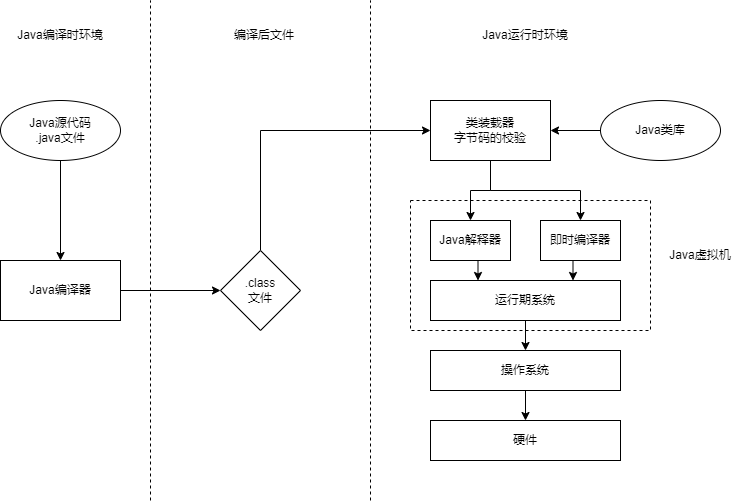
Earlier version of the draw.io export JVM概述.png (codefeeling/ImagesForBlog). Source tidied: cells renumbered, new cells last; positions are measured from the earlier drawing's top-left corner, leaving out a move shared by most shapes. Source of this version:
```xml
<mxGraphModel>
  <root>
    <mxCell id="0" />
    <mxCell id="1" parent="0" />
    <mxCell id="2" style="edgeStyle=orthogonalEdgeStyle;rounded=0;jettySize=auto;html=1;" parent="1" edge="1" source="3" target="10">
      <mxGeometry relative="1" as="geometry" />
    </mxCell>
    <mxCell id="3" value="Java源代码&lt;br&gt;.java文件" style="ellipse;whiteSpace=wrap;html=1;" parent="1" vertex="1">
      <mxGeometry y="100" width="120" height="60" as="geometry" />
    </mxCell>
    <mxCell id="4" style="endArrow=none;dashed=1;html=1;rounded=0;" parent="1" edge="1">
      <mxGeometry relative="1" as="geometry">
        <mxPoint x="150" y="500" as="sourcePoint" />
        <mxPoint x="150" as="targetPoint" />
      </mxGeometry>
    </mxCell>
    <mxCell id="5" style="endArrow=none;dashed=1;html=1;rounded=0;" parent="1" edge="1">
      <mxGeometry relative="1" as="geometry">
        <mxPoint x="370" y="500" as="sourcePoint" />
        <mxPoint x="370" as="targetPoint" />
      </mxGeometry>
    </mxCell>
    <mxCell id="6" value="Java编译时环境" style="text;html=1;strokeColor=none;fillColor=none;align=center;verticalAlign=middle;whiteSpace=wrap;rounded=0;" parent="1" vertex="1">
      <mxGeometry x="10" y="20" width="100" height="30" as="geometry" />
    </mxCell>
    <mxCell id="7" value="编译后文件" style="text;html=1;strokeColor=none;fillColor=none;align=center;verticalAlign=middle;whiteSpace=wrap;rounded=0;" parent="1" vertex="1">
      <mxGeometry x="214" y="20" width="100" height="30" as="geometry" />
    </mxCell>
    <mxCell id="8" value="Java运行时环境" style="text;html=1;strokeColor=none;fillColor=none;align=center;verticalAlign=middle;whiteSpace=wrap;rounded=0;" parent="1" vertex="1">
      <mxGeometry x="475" y="20" width="100" height="30" as="geometry" />
    </mxCell>
    <mxCell id="9" style="edgeStyle=orthogonalEdgeStyle;rounded=0;jettySize=auto;html=1;" parent="1" edge="1" source="10" target="12">
      <mxGeometry relative="1" as="geometry" />
    </mxCell>
    <mxCell id="10" value="Java编译器" style="whiteSpace=wrap;html=1;" parent="1" vertex="1">
      <mxGeometry y="260" width="120" height="60" as="geometry" />
    </mxCell>
    <mxCell id="11" style="edgeStyle=orthogonalEdgeStyle;rounded=0;jettySize=auto;html=1;entryX=0;entryY=0.5;entryDx=0;entryDy=0;exitX=0.5;exitY=0;exitDx=0;exitDy=0;" parent="1" edge="1" source="12" target="15">
      <mxGeometry relative="1" as="geometry">
        <Array as="points">
          <mxPoint x="260" y="130" />
        </Array>
      </mxGeometry>
    </mxCell>
    <mxCell id="12" value=".class&lt;br&gt;文件" style="rhombus;whiteSpace=wrap;html=1;" parent="1" vertex="1">
      <mxGeometry x="220" y="250" width="80" height="80" as="geometry" />
    </mxCell>
    <mxCell id="13" style="edgeStyle=orthogonalEdgeStyle;rounded=0;jettySize=auto;html=1;exitX=0.5;exitY=1;exitDx=0;exitDy=0;entryX=0.5;entryY=0;entryDx=0;entryDy=0;" parent="1" edge="1" source="15" target="21">
      <mxGeometry relative="1" as="geometry" />
    </mxCell>
    <mxCell id="14" style="edgeStyle=orthogonalEdgeStyle;rounded=0;jettySize=auto;html=1;entryX=0.5;entryY=0;entryDx=0;entryDy=0;" parent="1" edge="1" source="15" target="23">
      <mxGeometry relative="1" as="geometry" />
    </mxCell>
    <mxCell id="15" value="类装载器&lt;br&gt;字节码的校验" style="whiteSpace=wrap;html=1;" parent="1" vertex="1">
      <mxGeometry x="430" y="100" width="120" height="60" as="geometry" />
    </mxCell>
    <mxCell id="16" style="edgeStyle=orthogonalEdgeStyle;rounded=0;jettySize=auto;html=1;entryX=1;entryY=0.5;entryDx=0;entryDy=0;" parent="1" edge="1" source="17" target="15">
      <mxGeometry relative="1" as="geometry" />
    </mxCell>
    <mxCell id="17" value="Java类库" style="ellipse;whiteSpace=wrap;html=1;" parent="1" vertex="1">
      <mxGeometry x="600" y="100" width="120" height="60" as="geometry" />
    </mxCell>
    <mxCell id="18" style="rounded=0;whiteSpace=wrap;html=1;fillColor=none;dashed=1;" parent="1" vertex="1">
      <mxGeometry x="410" y="200" width="240" height="130" as="geometry" />
    </mxCell>
    <mxCell id="19" value="Java虚拟机" style="text;html=1;strokeColor=none;fillColor=none;align=center;verticalAlign=middle;whiteSpace=wrap;rounded=0;" parent="1" vertex="1">
      <mxGeometry x="650" y="240" width="100" height="30" as="geometry" />
    </mxCell>
    <mxCell id="20" style="edgeStyle=orthogonalEdgeStyle;rounded=0;jettySize=auto;html=1;exitX=0.5;exitY=1;exitDx=0;exitDy=0;entryX=0.25;entryY=0;entryDx=0;entryDy=0;" parent="1" edge="1" source="21" target="25">
      <mxGeometry relative="1" as="geometry" />
    </mxCell>
    <mxCell id="21" value="Java解释器" style="rounded=0;whiteSpace=wrap;html=1;fillColor=none;" parent="1" vertex="1">
      <mxGeometry x="430" y="220" width="80" height="40" as="geometry" />
    </mxCell>
    <mxCell id="22" style="edgeStyle=orthogonalEdgeStyle;rounded=0;jettySize=auto;html=1;entryX=0.75;entryY=0;entryDx=0;entryDy=0;exitX=0.5;exitY=1;exitDx=0;exitDy=0;" parent="1" edge="1" source="23" target="25">
      <mxGeometry relative="1" as="geometry" />
    </mxCell>
    <mxCell id="23" value="即时编译器" style="rounded=0;whiteSpace=wrap;html=1;fillColor=none;" parent="1" vertex="1">
      <mxGeometry x="540" y="220" width="80" height="40" as="geometry" />
    </mxCell>
    <mxCell id="24" style="edgeStyle=orthogonalEdgeStyle;rounded=0;jettySize=auto;html=1;entryX=0.5;entryY=0;entryDx=0;entryDy=0;" parent="1" edge="1" source="25" target="27">
      <mxGeometry relative="1" as="geometry" />
    </mxCell>
    <mxCell id="25" value="运行期系统" style="rounded=0;whiteSpace=wrap;html=1;fillColor=none;" parent="1" vertex="1">
      <mxGeometry x="430" y="280" width="190" height="40" as="geometry" />
    </mxCell>
    <mxCell id="26" style="edgeStyle=orthogonalEdgeStyle;rounded=0;jettySize=auto;html=1;entryX=0.5;entryY=0;entryDx=0;entryDy=0;" parent="1" edge="1" source="27" target="28">
      <mxGeometry relative="1" as="geometry" />
    </mxCell>
    <mxCell id="27" value="操作系统" style="rounded=0;whiteSpace=wrap;html=1;fillColor=none;" parent="1" vertex="1">
      <mxGeometry x="430" y="350" width="190" height="40" as="geometry" />
    </mxCell>
    <mxCell id="28" value="硬件" style="rounded=0;whiteSpace=wrap;html=1;fillColor=none;" parent="1" vertex="1">
      <mxGeometry x="430" y="420" width="190" height="40" as="geometry" />
    </mxCell>
  </root>
</mxGraphModel>
```
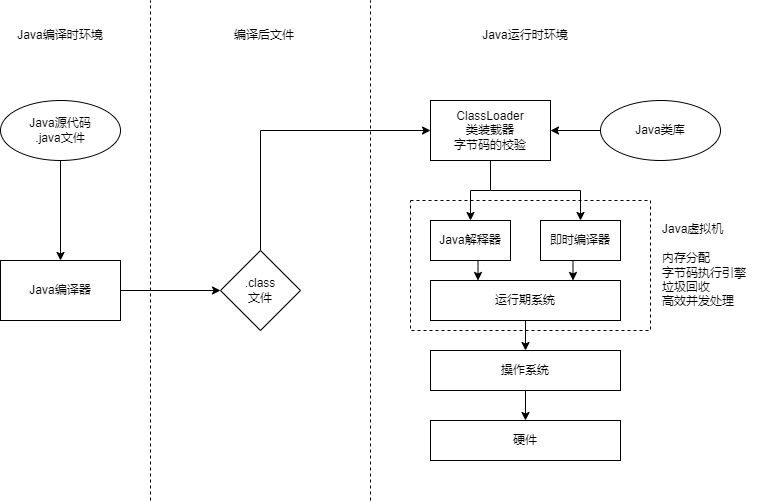
After the commit.

The edit, as a diff of the source:
```diff
@@ -51,7 +51,7 @@
     <mxCell id="14" style="edgeStyle=orthogonalEdgeStyle;rounded=0;jettySize=auto;html=1;entryX=0.5;entryY=0;entryDx=0;entryDy=0;" parent="1" edge="1" source="15" target="23">
       <mxGeometry relative="1" as="geometry" />
     </mxCell>
-    <mxCell id="15" value="类装载器&lt;br&gt;字节码的校验" style="whiteSpace=wrap;html=1;" parent="1" vertex="1">
+    <mxCell id="15" value="ClassLoader&lt;br&gt;类装载器&lt;br&gt;字节码的校验" style="whiteSpace=wrap;html=1;" parent="1" vertex="1">
       <mxGeometry x="430" y="100" width="120" height="60" as="geometry" />
     </mxCell>
     <mxCell id="16" style="edgeStyle=orthogonalEdgeStyle;rounded=0;jettySize=auto;html=1;entryX=1;entryY=0.5;entryDx=0;entryDy=0;" parent="1" edge="1" source="17" target="15">
@@ -63,8 +63,8 @@
     <mxCell id="18" style="rounded=0;whiteSpace=wrap;html=1;fillColor=none;dashed=1;" parent="1" vertex="1">
       <mxGeometry x="410" y="200" width="240" height="130" as="geometry" />
     </mxCell>
-    <mxCell id="19" value="Java虚拟机" style="text;html=1;strokeColor=none;fillColor=none;align=center;verticalAlign=middle;whiteSpace=wrap;rounded=0;" parent="1" vertex="1">
-      <mxGeometry x="650" y="240" width="100" height="30" as="geometry" />
+    <mxCell id="19" value="Java虚拟机&lt;br&gt;&lt;br&gt;内存分配&lt;br&gt;字节码执行引擎&lt;br&gt;垃圾回收&lt;br&gt;高效并发处理" style="text;html=1;strokeColor=none;fillColor=none;align=left;verticalAlign=middle;whiteSpace=wrap;rounded=0;" parent="1" vertex="1">
+      <mxGeometry x="660" y="250" width="100" height="30" as="geometry" />
     </mxCell>
     <mxCell id="20" style="edgeStyle=orthogonalEdgeStyle;rounded=0;jettySize=auto;html=1;exitX=0.5;exitY=1;exitDx=0;exitDy=0;entryX=0.25;entryY=0;entryDx=0;entryDy=0;" parent="1" edge="1" source="21" target="25">
       <mxGeometry relative="1" as="geometry" />
```
